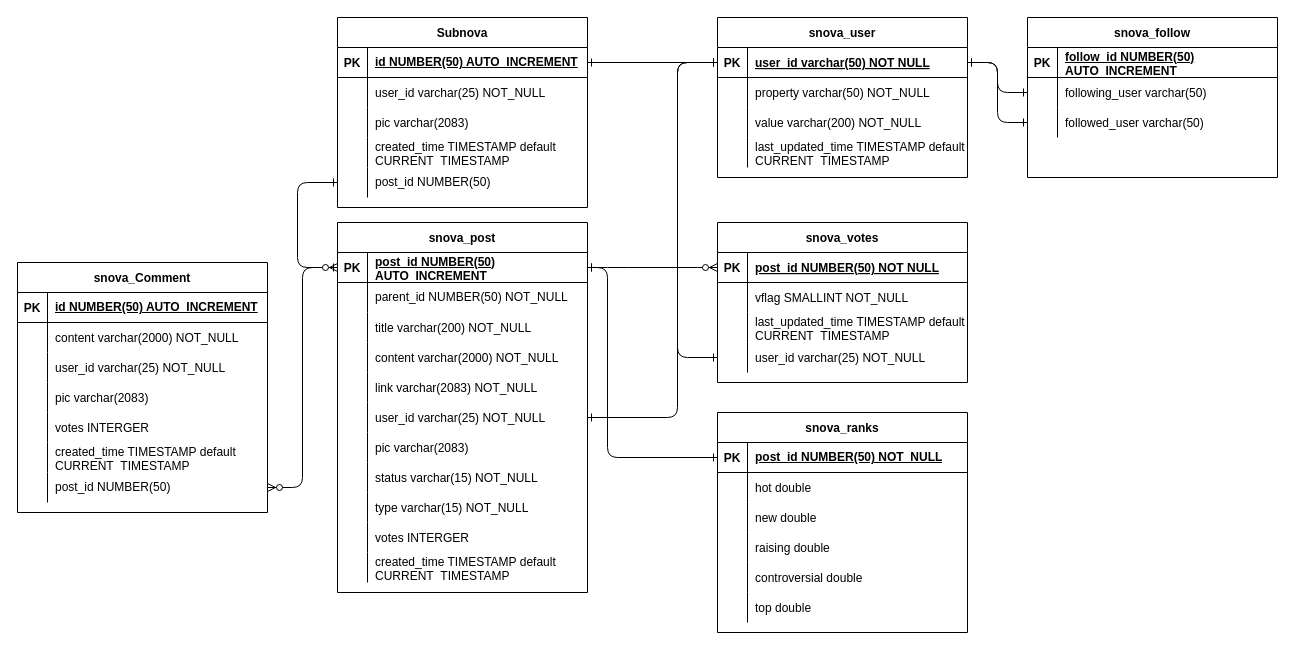
Ricar1502/Website keeps this draw.io diagram as Document/Database diagram.drawio. Above is the earlier version. Source tidied: cells renumbered, new cells numbered last; positions are measured from the earlier drawing's top-left corner, leaving out a move shared by most shapes. Both pictures are drawn from the tidied source at 100%, with x=0, y=0 at pixel (17, 17).
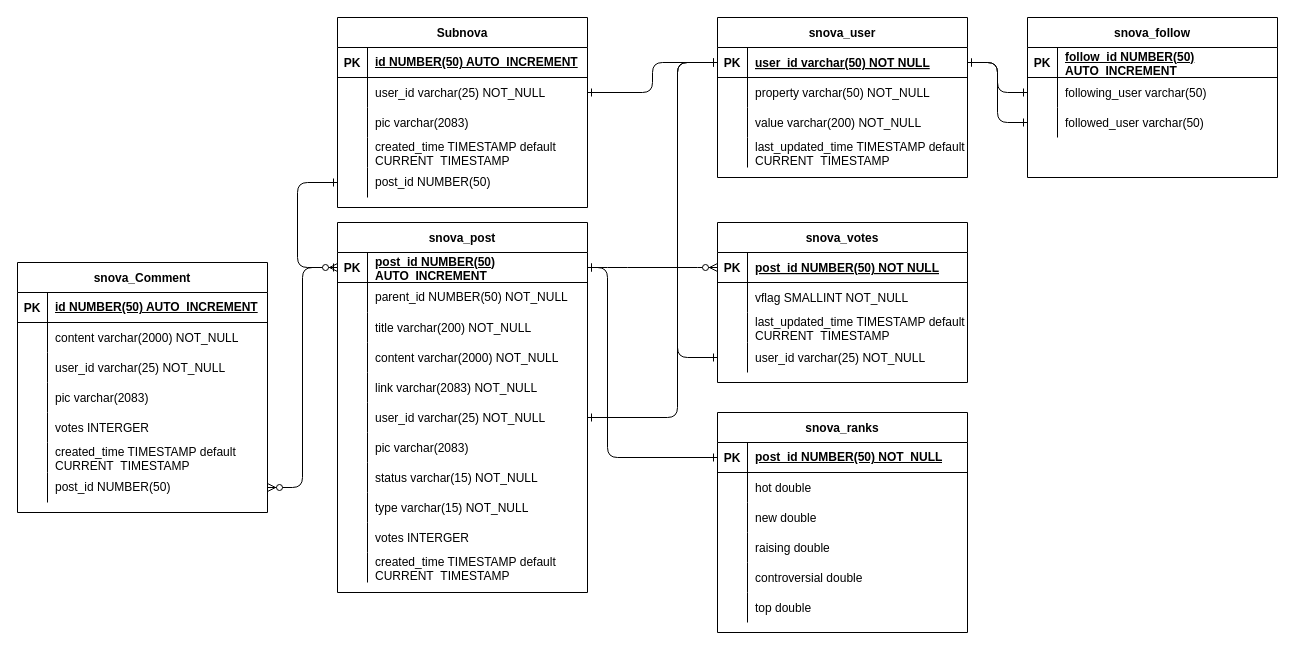
The same diagram, later.

The change refers to these unchanged cells:
```xml
<mxCell id="3" style="shape=partialRectangle;fillColor=none;points=[[0,0.5],[1,0.5]];portConstraint=eastwest;top=0;left=0;right=0;bottom=1;" parent="2" vertex="1">
  <mxGeometry y="30" width="250" height="30" as="geometry" />
</mxCell>
<mxCell id="121" style="shape=partialRectangle;fillColor=none;points=[[0,0.5],[1,0.5]];portConstraint=eastwest;top=0;left=0;right=0;bottom=1;" parent="120" vertex="1">
  <mxGeometry y="30" width="250" height="30" as="geometry" />
</mxCell>
<mxCell id="124" style="shape=partialRectangle;fillColor=none;points=[[0,0.5],[1,0.5]];portConstraint=eastwest;top=0;left=0;right=0;bottom=0;" parent="120" vertex="1">
  <mxGeometry y="60" width="250" height="30" as="geometry" />
</mxCell>
```

Change to the diagram source:
```diff
@@
-    <mxCell id="137" style="edgeStyle=orthogonalEdgeStyle;endArrow=ERone;startArrow=ERone;endFill=0;startFill=0;exitX=1;exitY=0.5;exitDx=0;exitDy=0;elbow=vertical;entryX=0;entryY=0.5;entryDx=0;entryDy=0;" parent="1" edge="1" source="121" target="3">
+    <mxCell id="137" style="edgeStyle=orthogonalEdgeStyle;endArrow=ERone;startArrow=ERone;endFill=0;startFill=0;exitX=1;exitY=0.5;exitDx=0;exitDy=0;elbow=vertical;entryX=0;entryY=0.5;entryDx=0;entryDy=0;" parent="1" edge="1" source="124" target="3">
       <mxGeometry relative="1" as="geometry" />
     </mxCell>
```
